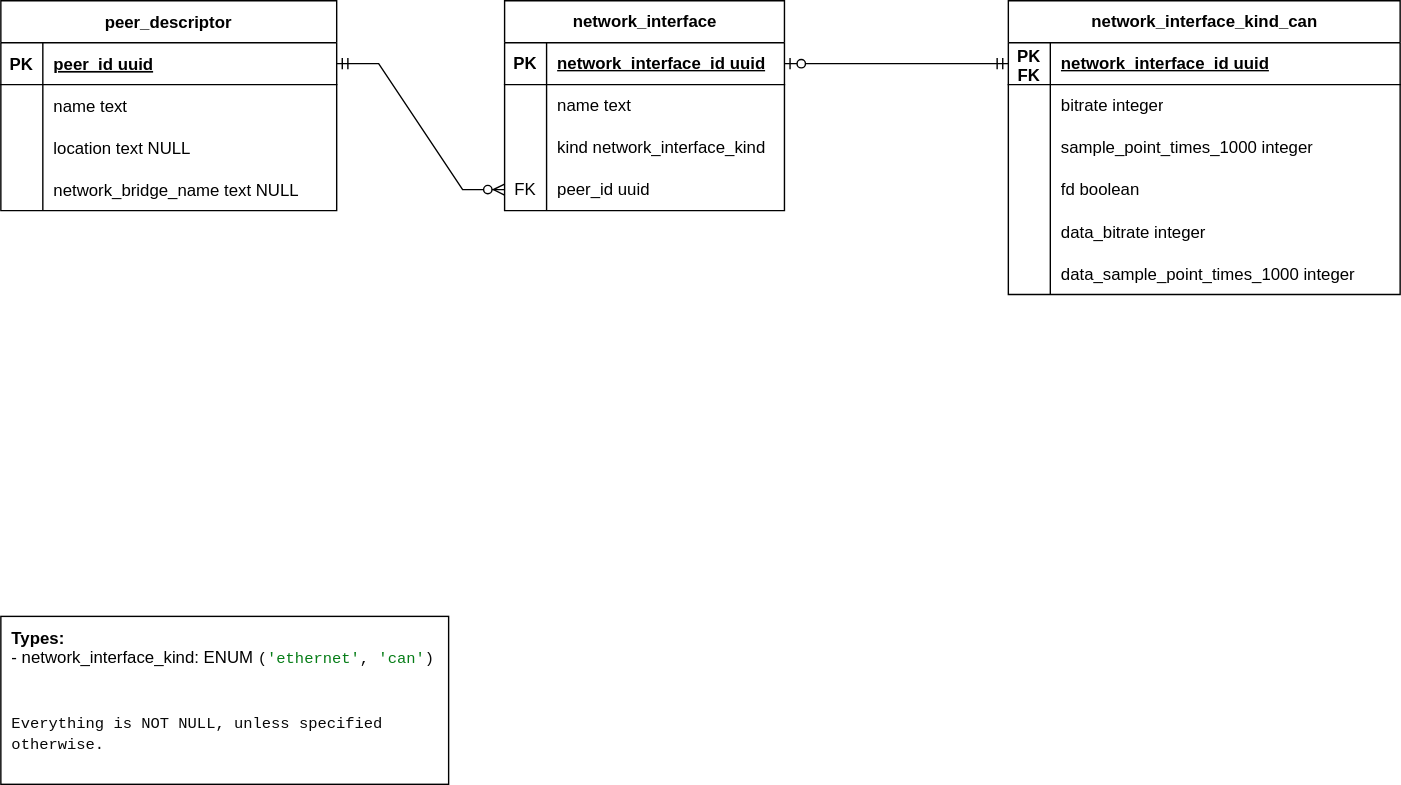
Earlier version of the draw.io export doc/src/architecture/carl/img/database-schema.svg (eclipse-opendut/opendut). Source tidied: cells renumbered, new cells last; positions are measured from the earlier drawing's top-left corner, leaving out a move shared by most shapes.
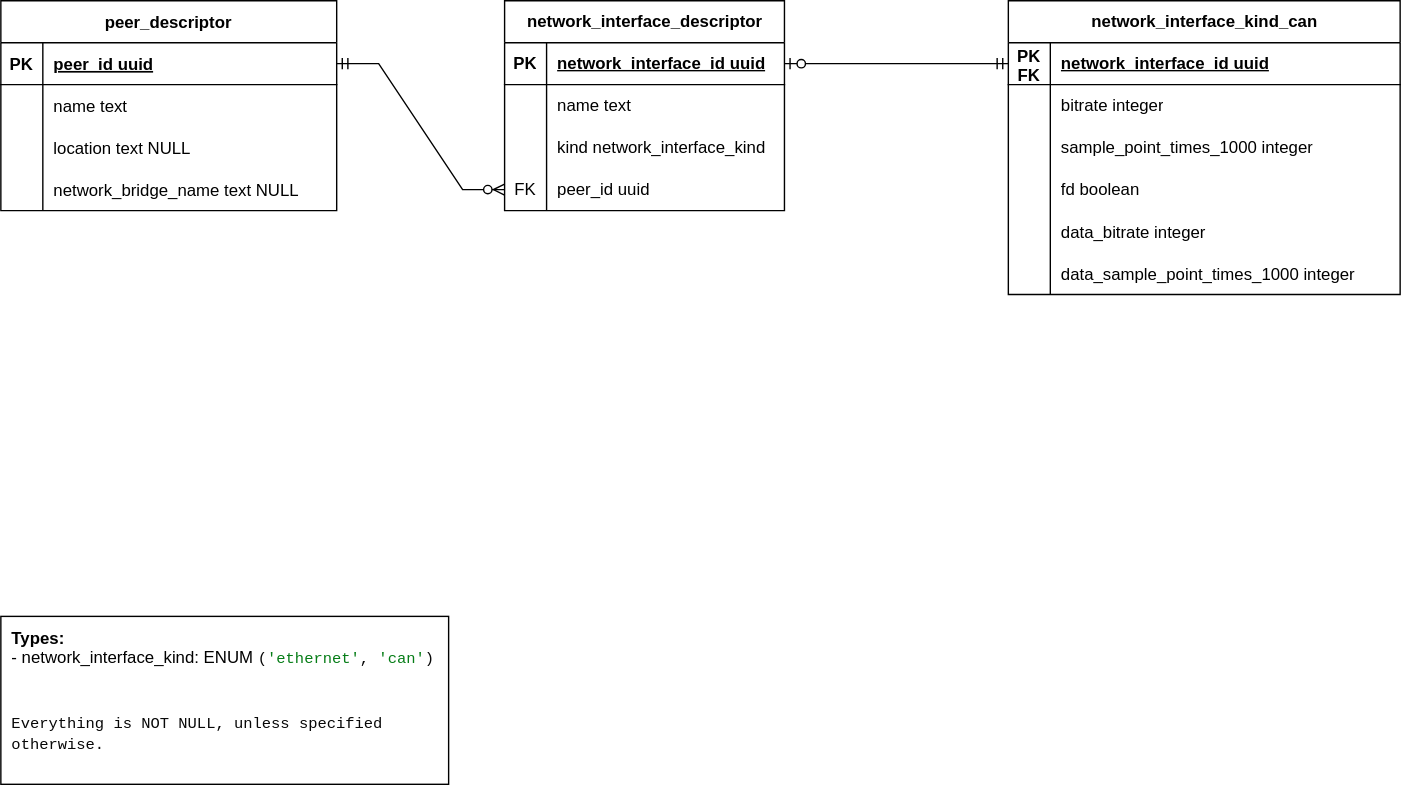
The same diagram one commit later.

The edit, as a diff of the source:
```diff
@@ -41,7 +41,7 @@
     <mxCell id="14" value="network_bridge_name text NULL" style="shape=partialRectangle;fillColor=none;top=0;left=0;bottom=0;right=0;align=left;spacingLeft=6;overflow=hidden;" parent="12" vertex="1">
       <mxGeometry x="30" width="210" height="30" as="geometry" />
     </mxCell>
-    <mxCell id="15" value="network_interface" style="shape=table;startSize=30;rowLines=0;fontStyle=1;align=center;html=1;" parent="1" vertex="1">
+    <mxCell id="15" value="network_interface_descriptor" style="shape=table;startSize=30;rowLines=0;fontStyle=1;align=center;html=1;" parent="1" vertex="1">
       <mxGeometry x="360" width="200" height="150" as="geometry" />
     </mxCell>
     <mxCell id="16" style="shape=tableRow;horizontal=0;startSize=0;swimlaneHead=0;swimlaneBody=0;fillColor=none;points=[[0,0.5],[1,0.5]];portConstraint=eastwest;top=0;left=0;right=0;bottom=1;" parent="15" vertex="1">
```
